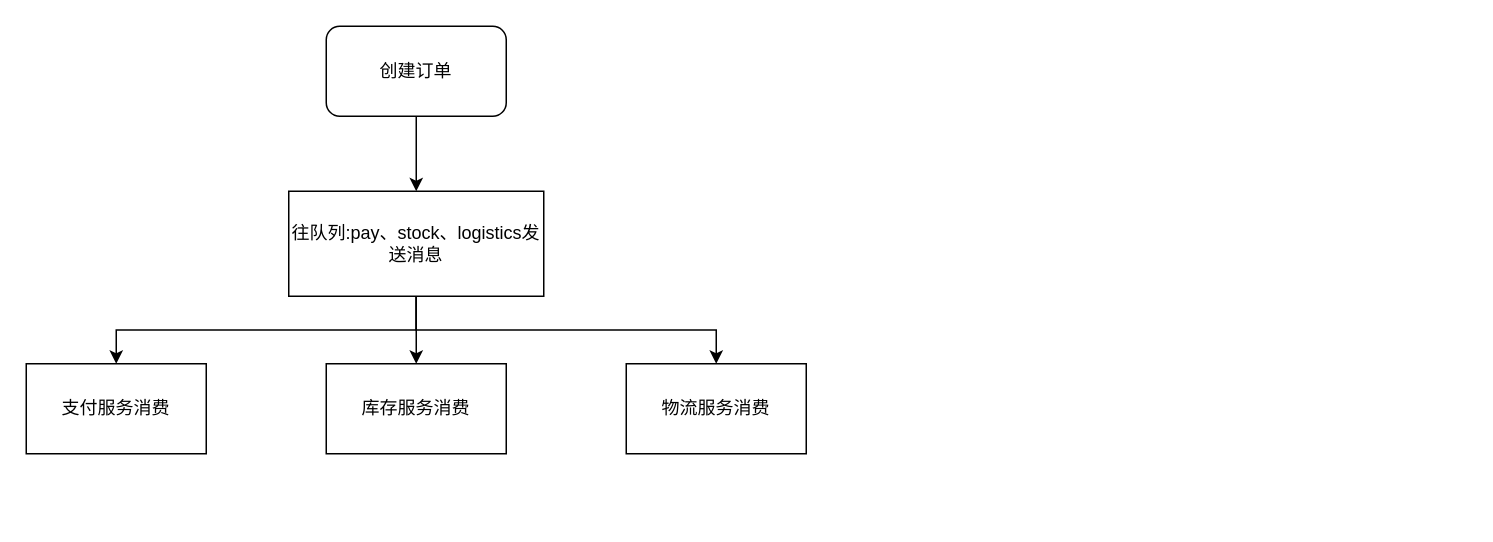
This is rabbitmq-mall.drawio from liepig1223/drawio, a draw.io file, before an edit. Source tidied: cells renumbered, new cells numbered last; positions are measured from the earlier drawing's top-left corner, leaving out a move shared by most shapes. Both pictures are drawn from the tidied source at 150%, with x=0, y=0 at pixel (26, 26).
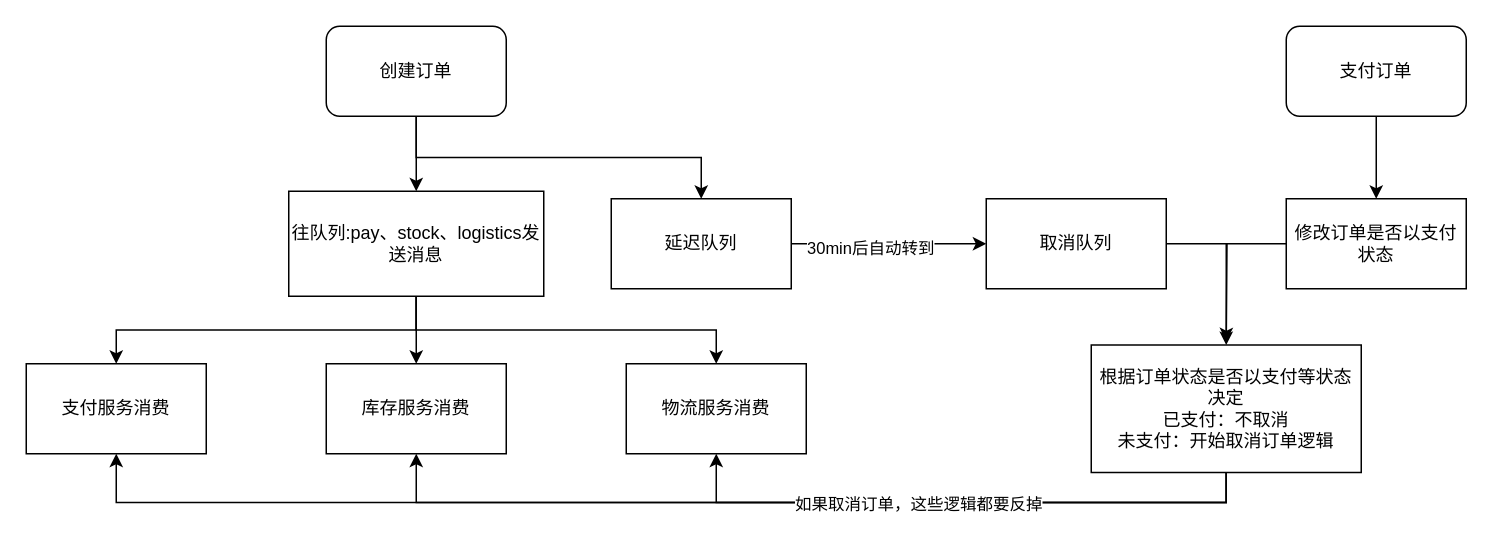
The same page after the edit.

Unchanged cells that the change refers to:
```xml
<mxCell id="3" value="创建订单" style="rounded=1;whiteSpace=wrap;html=1;" parent="1" vertex="1">
  <mxGeometry x="200" width="120" height="60" as="geometry" />
</mxCell>
<mxCell id="8" value="支付服务消费" style="rounded=0;whiteSpace=wrap;html=1;" parent="1" vertex="1">
  <mxGeometry y="225" width="120" height="60" as="geometry" />
</mxCell>
<mxCell id="9" value="库存服务消费" style="rounded=0;whiteSpace=wrap;html=1;" parent="1" vertex="1">
  <mxGeometry x="200" y="225" width="120" height="60" as="geometry" />
</mxCell>
<mxCell id="10" value="物流服务消费" style="rounded=0;whiteSpace=wrap;html=1;" parent="1" vertex="1">
  <mxGeometry x="400" y="225" width="120" height="60" as="geometry" />
</mxCell>
```

Diff of the diagram source:
```diff
@@
+    <mxCell id="11" style="edgeStyle=orthogonalEdgeStyle;rounded=0;jettySize=auto;html=1;exitX=0.5;exitY=1;exitDx=0;exitDy=0;" parent="1" edge="1" source="3" target="14">
+      <mxGeometry relative="1" as="geometry" />
+    </mxCell>
@@
+    <mxCell id="12" style="edgeStyle=orthogonalEdgeStyle;rounded=0;jettySize=auto;html=1;exitX=1;exitY=0.5;exitDx=0;exitDy=0;" parent="1" edge="1" source="14" target="18">
+      <mxGeometry relative="1" as="geometry" />
+    </mxCell>
+    <mxCell id="13" value="30min后自动转到" style="edgeLabel;html=1;align=center;verticalAlign=middle;" parent="12" vertex="1">
+      <mxGeometry x="-0.2" y="-2" relative="1" as="geometry" />
+    </mxCell>
+    <mxCell id="14" value="延迟队列" style="rounded=0;whiteSpace=wrap;html=1;" parent="1" vertex="1">
+      <mxGeometry x="390" y="115" width="120" height="60" as="geometry" />
+    </mxCell>
+    <mxCell id="15" style="edgeStyle=orthogonalEdgeStyle;rounded=0;jettySize=auto;html=1;entryX=0.5;entryY=0;entryDx=0;entryDy=0;" parent="1" edge="1" source="16" target="20">
+      <mxGeometry relative="1" as="geometry" />
+    </mxCell>
+    <mxCell id="16" value="支付订单" style="rounded=1;whiteSpace=wrap;html=1;" parent="1" vertex="1">
+      <mxGeometry x="840" width="120" height="60" as="geometry" />
+    </mxCell>
+    <mxCell id="17" style="edgeStyle=orthogonalEdgeStyle;rounded=0;jettySize=auto;html=1;exitX=1;exitY=0.5;exitDx=0;exitDy=0;" parent="1" edge="1" source="18" target="25">
+      <mxGeometry relative="1" as="geometry" />
+    </mxCell>
+    <mxCell id="18" value="取消队列" style="rounded=0;whiteSpace=wrap;html=1;" parent="1" vertex="1">
+      <mxGeometry x="640" y="115" width="120" height="60" as="geometry" />
+    </mxCell>
+    <mxCell id="19" style="edgeStyle=orthogonalEdgeStyle;rounded=0;jettySize=auto;html=1;exitX=0;exitY=0.5;exitDx=0;exitDy=0;" parent="1" edge="1" source="20">
+      <mxGeometry relative="1" as="geometry">
+        <mxPoint x="800" y="210" as="targetPoint" />
+      </mxGeometry>
+    </mxCell>
+    <mxCell id="20" value="修改订单是否以支付状态" style="rounded=0;whiteSpace=wrap;html=1;" parent="1" vertex="1">
+      <mxGeometry x="840" y="115" width="120" height="60" as="geometry" />
+    </mxCell>
+    <mxCell id="21" style="edgeStyle=orthogonalEdgeStyle;rounded=0;jettySize=auto;html=1;exitX=0.5;exitY=1;exitDx=0;exitDy=0;entryX=0.5;entryY=1;entryDx=0;entryDy=0;" parent="1" edge="1" source="25" target="10">
+      <mxGeometry relative="1" as="geometry" />
+    </mxCell>
+    <mxCell id="22" style="edgeStyle=orthogonalEdgeStyle;rounded=0;jettySize=auto;html=1;exitX=0.5;exitY=1;exitDx=0;exitDy=0;entryX=0.5;entryY=1;entryDx=0;entryDy=0;" parent="1" edge="1" source="25" target="9">
+      <mxGeometry relative="1" as="geometry" />
+    </mxCell>
+    <mxCell id="23" style="edgeStyle=orthogonalEdgeStyle;rounded=0;jettySize=auto;html=1;exitX=0.5;exitY=1;exitDx=0;exitDy=0;entryX=0.5;entryY=1;entryDx=0;entryDy=0;" parent="1" edge="1" source="25" target="8">
+      <mxGeometry relative="1" as="geometry" />
+    </mxCell>
+    <mxCell id="24" value="如果取消订单，这些逻辑都要反掉" style="edgeLabel;html=1;align=center;verticalAlign=middle;" parent="23" vertex="1">
+      <mxGeometry x="-0.43" y="1" relative="1" as="geometry" />
+    </mxCell>
+    <mxCell id="25" value="根据订单状态是否以支付等状态决定&lt;br&gt;&lt;div&gt;已支付：不取消&lt;/div&gt;&lt;div&gt;未支付：开始取消订单逻辑&lt;br&gt;&lt;/div&gt;" style="rounded=0;whiteSpace=wrap;html=1;" parent="1" vertex="1">
+      <mxGeometry x="710" y="212.5" width="180" height="85" as="geometry" />
+    </mxCell>
```
